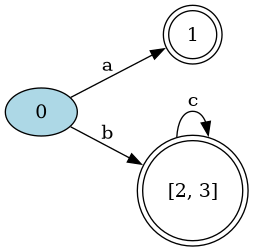
The Graphviz diagram Min-DFA.png in Daniel-Sima/Clone-of-the-egrep-UNIX-command, before a commit. Its source is kept beside it as Min-DFA.dot.
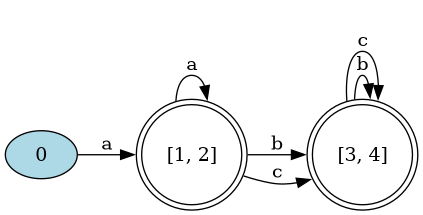
After the change.

What changed in the source:
```diff
@@ -1,11 +1,14 @@
 digraph {
 	rankdir=LR;
 
-	"1" [shape=doublecircle]
-	"[2, 3]" [shape=doublecircle]
+	"[1, 2]" [shape=doublecircle]
+	"[3, 4]" [shape=doublecircle]
 	0 [style=filled, fillcolor="lightblue"]
 
-	0->1 [label= "a"];
-	0->"[2, 3]" [label= "b"];
-	"[2, 3]"->"[2, 3]" [label= "c"];
+	0->"[1, 2]" [label= "a"];
+	"[1, 2]"->"[1, 2]" [label= "a"];
+	"[1, 2]"->"[3, 4]" [label= "b"];
+	"[1, 2]"->"[3, 4]" [label= "c"];
+	"[3, 4]"->"[3, 4]" [label= "b"];
+	"[3, 4]"->"[3, 4]" [label= "c"];
 }
```
